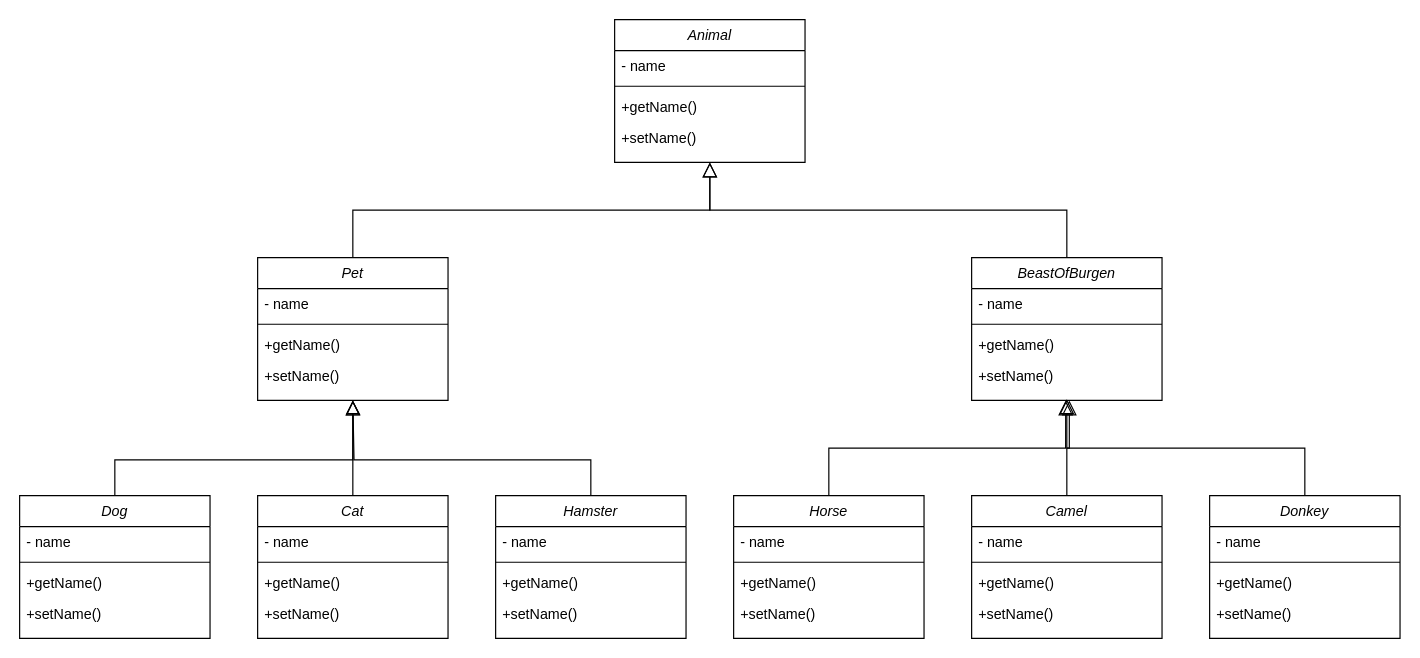
Before: src/main/Specialisation_Task_06.drawio in Mortimer08/Specialisation, a draw.io diagram. Source tidied: cells renumbered, new cells numbered last; positions are measured from the earlier drawing's top-left corner, leaving out a move shared by most shapes. Both pictures are drawn from the tidied source at 119%, with x=0, y=0 at pixel (19, 19).
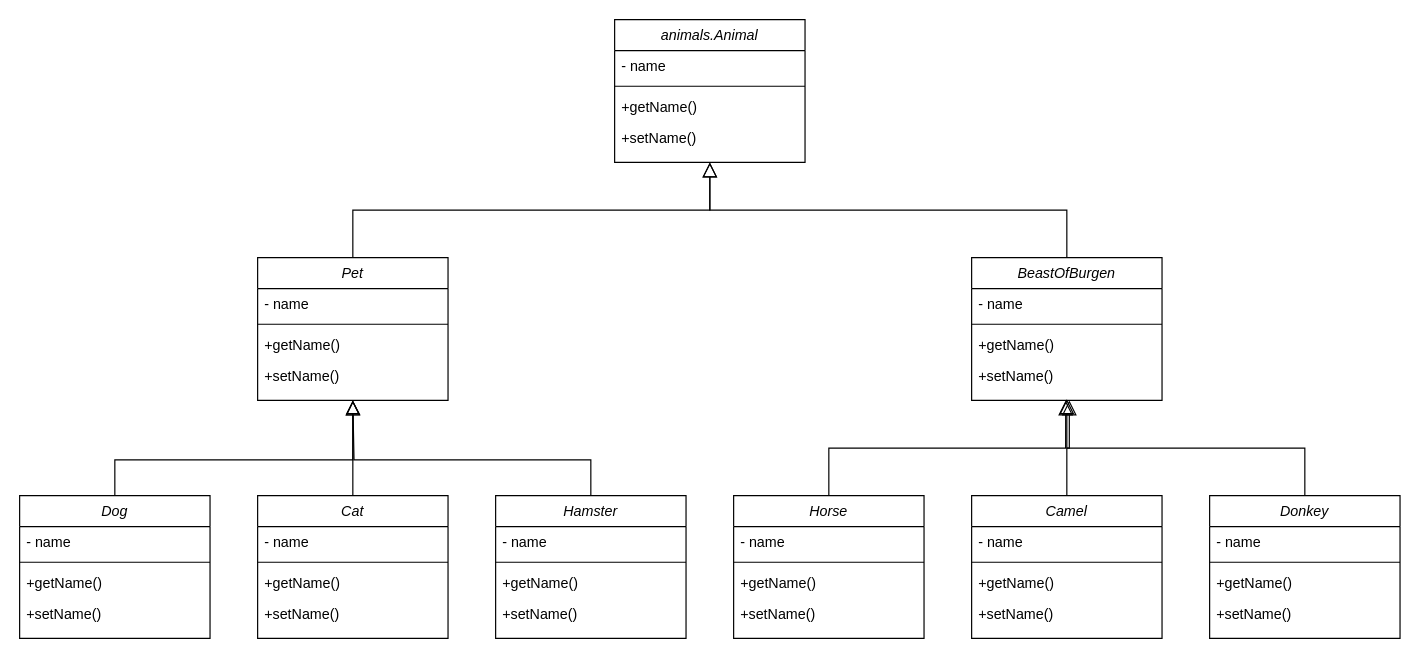
The same page after the edit.

Diff of the diagram source:
```diff
@@
-    <mxCell id="2" value="Animal" style="swimlane;fontStyle=2;align=center;verticalAlign=top;horizontal=1;startSize=26;rounded=0;shadow=0;strokeWidth=1;fillColor=none;" parent="1" vertex="1">
+    <mxCell id="2" value="animals.Animal" style="swimlane;fontStyle=2;align=center;verticalAlign=top;horizontal=1;startSize=26;rounded=0;shadow=0;strokeWidth=1;fillColor=none;" parent="1" vertex="1">
       <mxGeometry x="500" width="160" height="120" as="geometry" />
     </mxCell>
```
